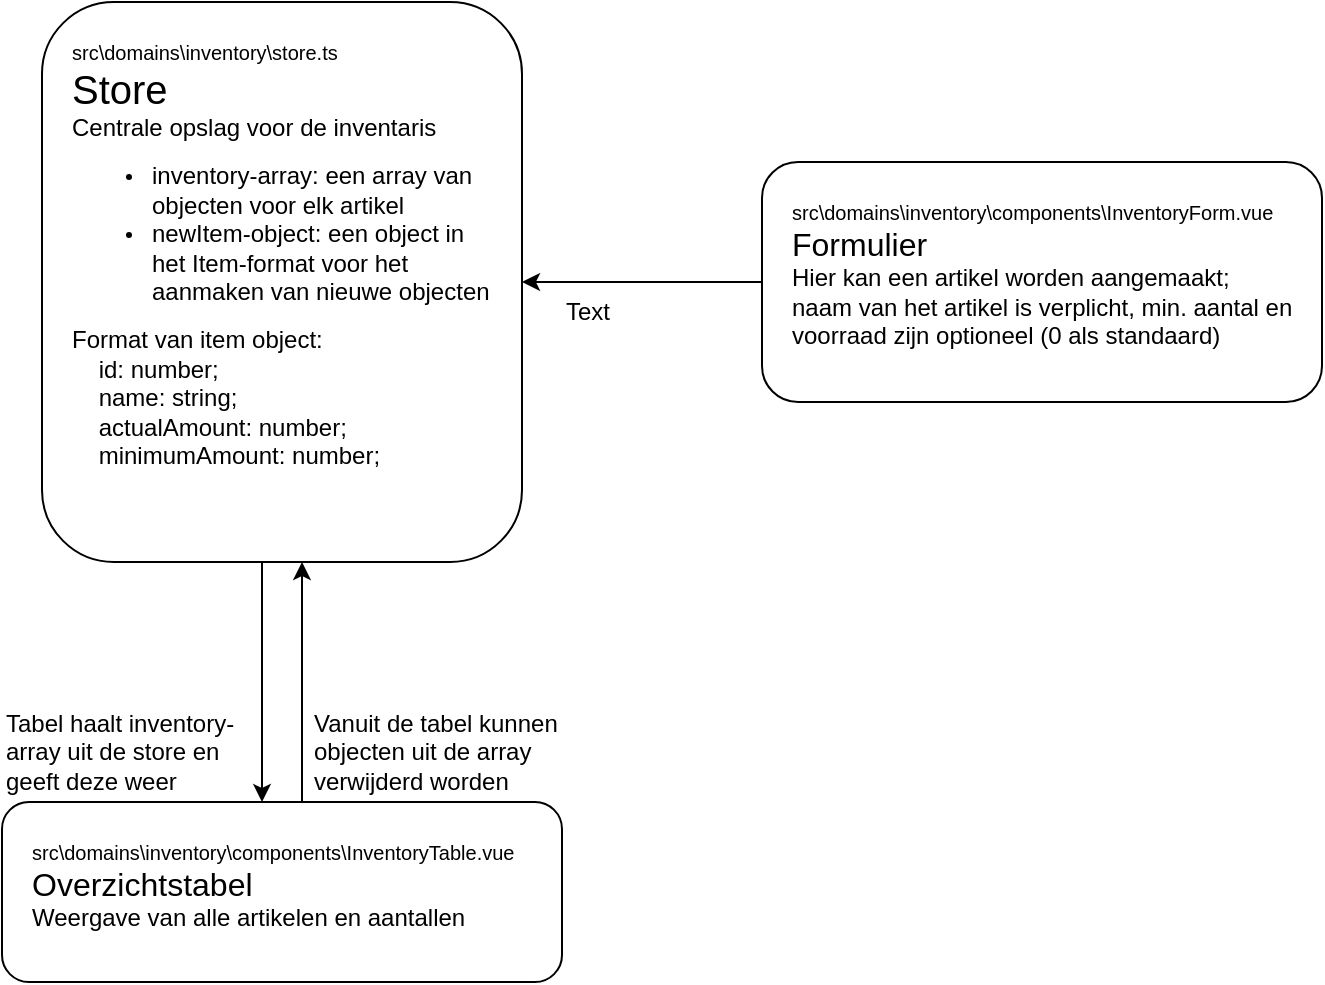
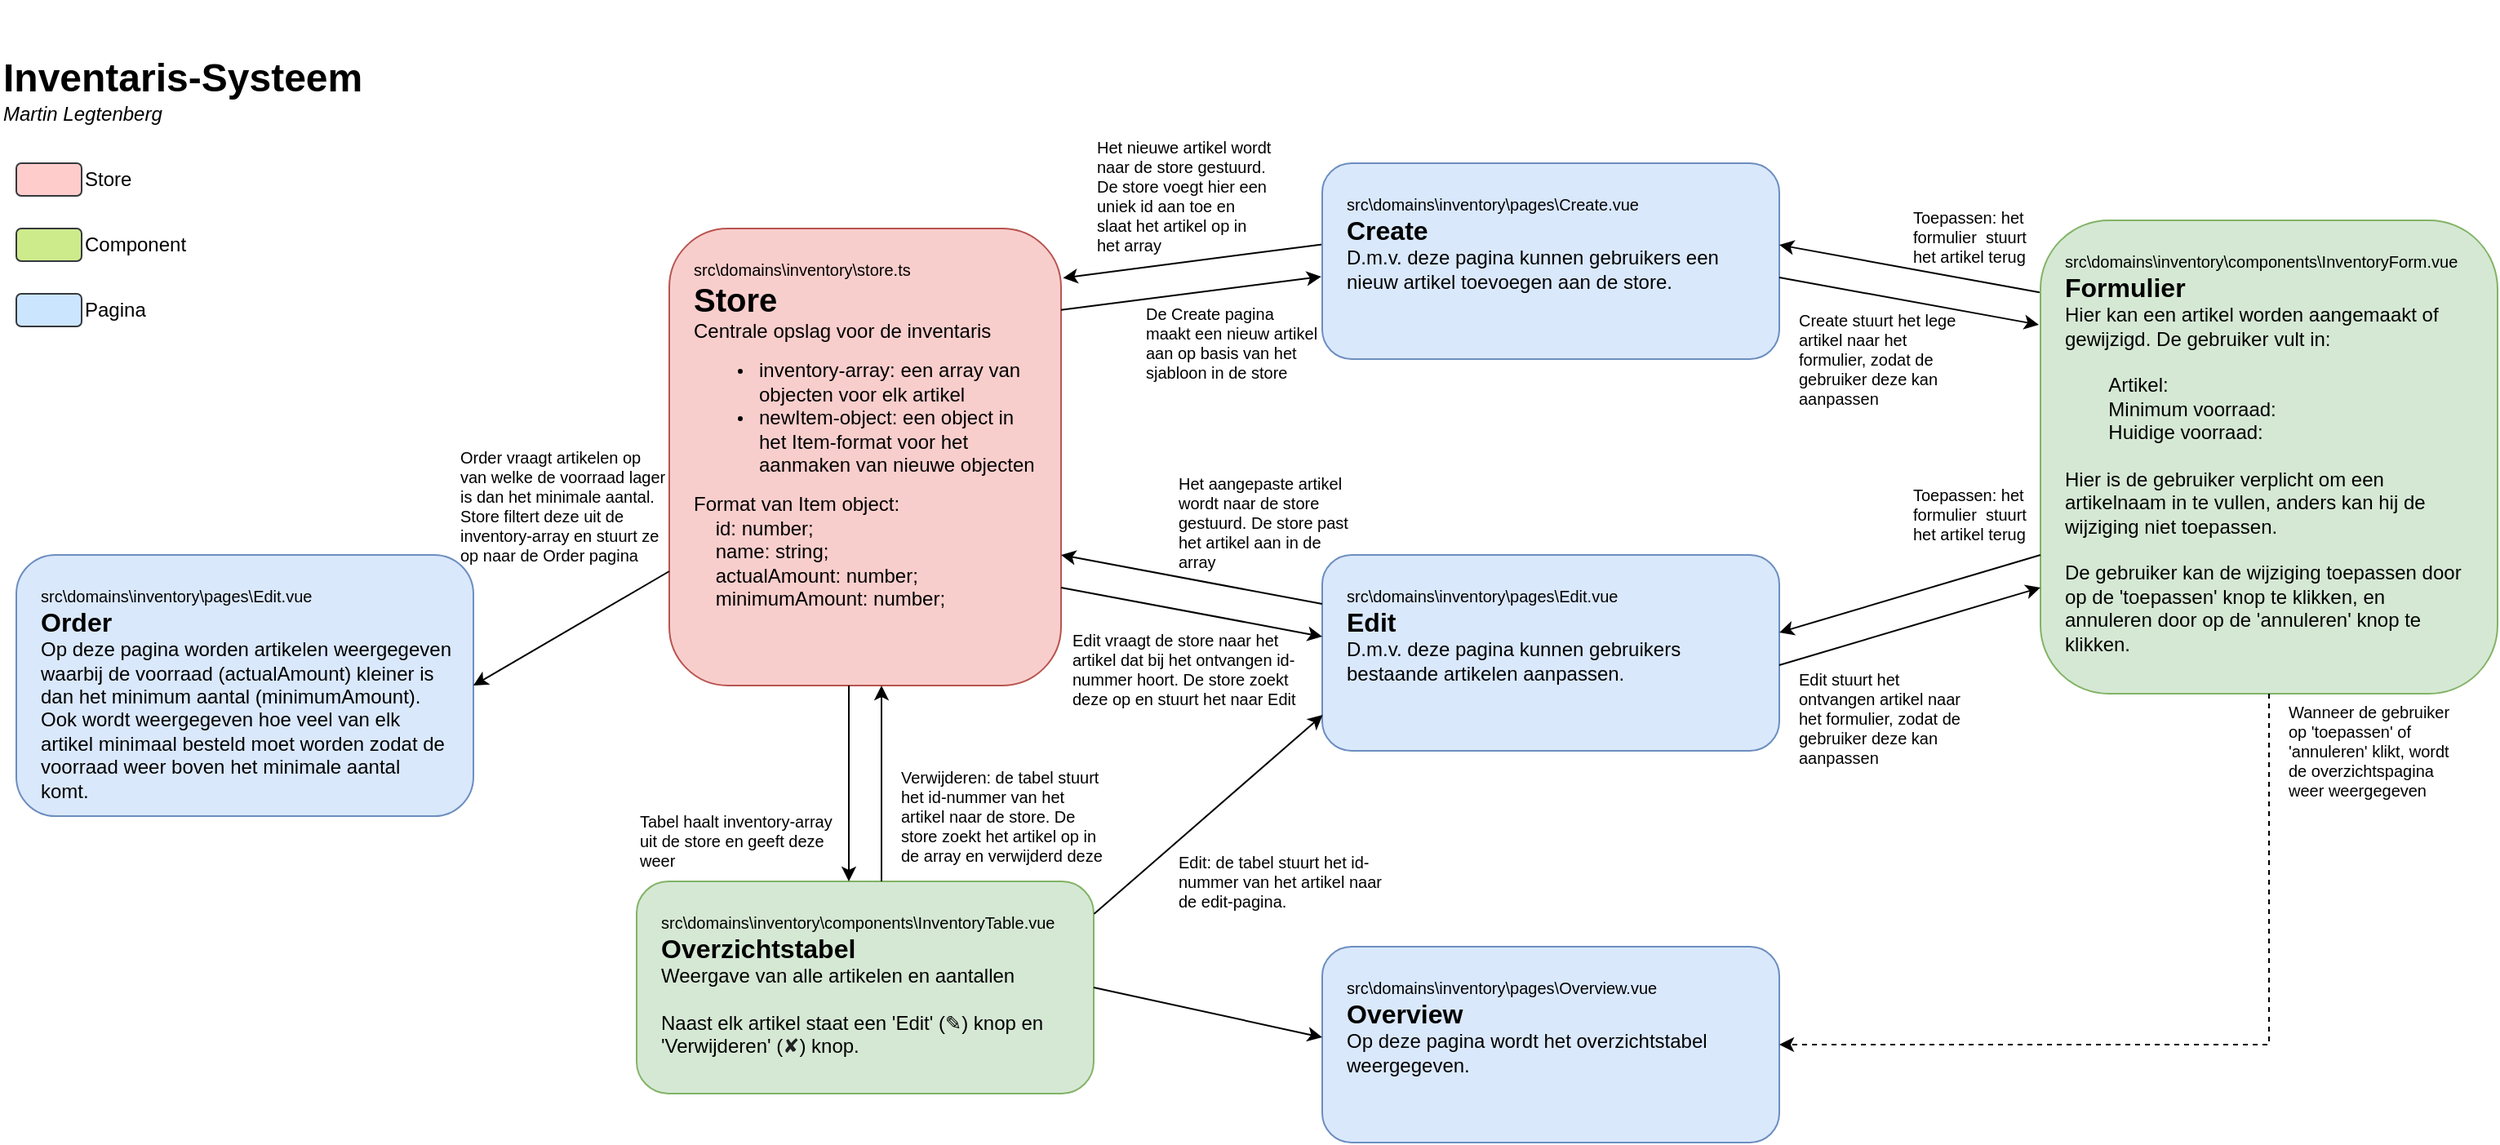
<mxfile host="app.diagrams.net" agent="Mozilla/5.0 (Windows NT 10.0; Win64; x64) AppleWebKit/537.36 (KHTML, like Gecko) Chrome/146.0.0.0 Safari/537.36" version="29.6.4">
  <diagram name="Pagina-1" id="jHJDa2tsZR8j9Yx50L5g">
-     <mxGraphModel dx="516" dy="776" grid="1" gridSize="10" guides="1" tooltips="1" connect="1" arrows="1" fold="1" page="1" pageScale="1" pageWidth="827" pageHeight="1169" math="0" shadow="0">
+     <mxGraphModel dx="1826" dy="777" grid="1" gridSize="10" guides="1" tooltips="1" connect="1" arrows="1" fold="1" page="0" pageScale="1" pageWidth="827" pageHeight="1169" math="0" shadow="0">
      <root>
        <mxCell id="0" />
        <mxCell id="1" parent="0" />
-         <mxCell id="uSY-HkKNFhWKNBA7KD2W-1" parent="1" style="rounded=1;whiteSpace=wrap;html=1;fontSize=10;align=left;verticalAlign=top;spacing=15;" value="&lt;div&gt;&lt;font&gt;src&lt;/font&gt;&lt;font&gt;\domains\inventory\store.ts&lt;/font&gt;&lt;/div&gt;&lt;font style=&quot;font-size: 20px;&quot;&gt;Store&lt;/font&gt;&lt;div&gt;&lt;font style=&quot;font-size: 12px;&quot;&gt;Centrale opslag voor de inventaris&lt;/font&gt;&lt;br&gt;&lt;div&gt;&lt;ul&gt;&lt;li&gt;&lt;font style=&quot;font-size: 12px;&quot;&gt;inventory-array: een array van objecten voor elk artikel&lt;/font&gt;&lt;/li&gt;&lt;li&gt;&lt;font style=&quot;font-size: 12px;&quot;&gt;newItem-object: een object in het Item-format voor het aanmaken van nieuwe objecten&lt;/font&gt;&lt;/li&gt;&lt;/ul&gt;&lt;div&gt;&lt;span style=&quot;font-size: 12px;&quot;&gt;Format van item object:&lt;/span&gt;&lt;/div&gt;&lt;/div&gt;&lt;/div&gt;&lt;div&gt;&lt;div style=&quot;&quot;&gt;&lt;span style=&quot;font-size: 12px;&quot;&gt;&amp;nbsp; &amp;nbsp; id: number;&lt;/span&gt;&lt;/div&gt;&lt;div style=&quot;&quot;&gt;&lt;span style=&quot;font-size: 12px;&quot;&gt;&amp;nbsp; &amp;nbsp; name: string;&lt;/span&gt;&lt;/div&gt;&lt;div style=&quot;&quot;&gt;&lt;span style=&quot;font-size: 12px;&quot;&gt;&amp;nbsp; &amp;nbsp; actualAmount: number;&lt;/span&gt;&lt;/div&gt;&lt;div style=&quot;&quot;&gt;&lt;span style=&quot;font-size: 12px;&quot;&gt;&amp;nbsp; &amp;nbsp; minimumAmount: number;&lt;/span&gt;&lt;/div&gt;&lt;/div&gt;" vertex="1">
+         <mxCell id="uSY-HkKNFhWKNBA7KD2W-1" parent="1" style="rounded=1;whiteSpace=wrap;html=1;fontSize=10;align=left;verticalAlign=top;spacing=15;fillColor=#f8cecc;strokeColor=#b85450;" value="&lt;div&gt;&lt;font&gt;src&lt;/font&gt;&lt;font&gt;\domains\inventory\store.ts&lt;/font&gt;&lt;/div&gt;&lt;font style=&quot;font-size: 20px;&quot;&gt;&lt;b&gt;Store&lt;/b&gt;&lt;/font&gt;&lt;div&gt;&lt;font style=&quot;font-size: 12px;&quot;&gt;Centrale opslag voor de inventaris&lt;/font&gt;&lt;br&gt;&lt;div&gt;&lt;ul&gt;&lt;li&gt;&lt;font style=&quot;font-size: 12px;&quot;&gt;inventory-array: een array van objecten voor elk artikel&lt;/font&gt;&lt;/li&gt;&lt;li&gt;&lt;font style=&quot;font-size: 12px;&quot;&gt;newItem-object: een object in het Item-format voor het aanmaken van nieuwe objecten&lt;/font&gt;&lt;/li&gt;&lt;/ul&gt;&lt;div&gt;&lt;span style=&quot;font-size: 12px;&quot;&gt;Format van Item object:&lt;/span&gt;&lt;/div&gt;&lt;/div&gt;&lt;/div&gt;&lt;div&gt;&lt;div style=&quot;&quot;&gt;&lt;span style=&quot;font-size: 12px;&quot;&gt;&amp;nbsp; &amp;nbsp; id: number;&lt;/span&gt;&lt;/div&gt;&lt;div style=&quot;&quot;&gt;&lt;span style=&quot;font-size: 12px;&quot;&gt;&amp;nbsp; &amp;nbsp; name: string;&lt;/span&gt;&lt;/div&gt;&lt;div style=&quot;&quot;&gt;&lt;span style=&quot;font-size: 12px;&quot;&gt;&amp;nbsp; &amp;nbsp; actualAmount: number;&lt;/span&gt;&lt;/div&gt;&lt;div style=&quot;&quot;&gt;&lt;span style=&quot;font-size: 12px;&quot;&gt;&amp;nbsp; &amp;nbsp; minimumAmount: number;&lt;/span&gt;&lt;/div&gt;&lt;/div&gt;" vertex="1">
          <mxGeometry height="280" width="240" x="280" y="320" as="geometry" />
        </mxCell>
-         <mxCell id="uSY-HkKNFhWKNBA7KD2W-2" parent="1" style="rounded=1;whiteSpace=wrap;html=1;fontSize=10;verticalAlign=top;align=left;spacing=15;" value="src\domains\inventory\components\InventoryTable.vue&lt;div&gt;&lt;font style=&quot;font-size: 16px;&quot;&gt;Overzichtstabel&lt;/font&gt;&lt;/div&gt;&lt;div&gt;&lt;font style=&quot;font-size: 12px;&quot;&gt;Weergave van alle artikelen en aantallen&lt;/font&gt;&lt;/div&gt;" vertex="1">
-           <mxGeometry height="90" width="280" x="260" y="720" as="geometry" />
+         <mxCell id="uSY-HkKNFhWKNBA7KD2W-2" parent="1" style="rounded=1;whiteSpace=wrap;html=1;fontSize=10;verticalAlign=top;align=left;spacing=15;fillColor=#d5e8d4;strokeColor=#82b366;" value="src\domains\inventory\components\InventoryTable.vue&lt;div&gt;&lt;font style=&quot;font-size: 16px;&quot;&gt;&lt;b&gt;Overzichtstabel&lt;/b&gt;&lt;/font&gt;&lt;/div&gt;&lt;div&gt;&lt;font style=&quot;font-size: 12px;&quot;&gt;Weergave van alle artikelen en aantallen&lt;/font&gt;&lt;/div&gt;&lt;div&gt;&lt;font style=&quot;font-size: 12px;&quot;&gt;&lt;br&gt;&lt;/font&gt;&lt;/div&gt;&lt;div&gt;&lt;span style=&quot;font-size: 12px;&quot;&gt;Naast elk artikel staat een &#39;Edit&#39; (&lt;/span&gt;&lt;span style=&quot;background-color: transparent; font-size: 12px;&quot;&gt;✎&lt;/span&gt;&lt;span style=&quot;background-color: transparent; color: light-dark(rgb(0, 0, 0), rgb(255, 255, 255)); font-size: 12px;&quot;&gt;) knop en &#39;Verwijdere&lt;/span&gt;&lt;span&gt;&lt;font style=&quot;font-size: 12px;&quot;&gt;&lt;span style=&quot;color: light-dark(rgb(0, 0, 0), rgb(255, 255, 255));&quot;&gt;n&#39; (&lt;/span&gt;&lt;span style=&quot;color: rgb(32, 33, 34);&quot;&gt;&lt;font face=&quot;Helvetica&quot;&gt;✘&lt;/font&gt;&lt;/span&gt;&lt;span style=&quot;color: light-dark(rgb(0, 0, 0), rgb(255, 255, 255));&quot;&gt;) kn&lt;/span&gt;&lt;/font&gt;&lt;/span&gt;&lt;span style=&quot;background-color: transparent; color: light-dark(rgb(0, 0, 0), rgb(255, 255, 255)); font-size: 12px;&quot;&gt;op.&lt;/span&gt;&lt;/div&gt;" vertex="1">
+           <mxGeometry height="130" width="280" x="260" y="720" as="geometry" />
        </mxCell>
        <mxCell id="eLQj0-DDMxeyVFWfvKQ9-2" edge="1" parent="1" style="endArrow=classic;html=1;rounded=0;exitX=0.5;exitY=1;exitDx=0;exitDy=0;entryX=0.5;entryY=0;entryDx=0;entryDy=0;" value="">
          <mxGeometry height="50" relative="1" width="50" as="geometry">
            <mxPoint x="390" y="600" as="sourcePoint" />
            <mxPoint x="390" y="720" as="targetPoint" />
          </mxGeometry>
        </mxCell>
-         <mxCell id="eLQj0-DDMxeyVFWfvKQ9-4" parent="1" style="text;html=1;whiteSpace=wrap;strokeColor=none;fillColor=none;align=left;verticalAlign=middle;rounded=0;" value="Tabel haalt inventory-array uit de store en geeft deze weer" vertex="1">
+         <mxCell id="eLQj0-DDMxeyVFWfvKQ9-4" parent="1" style="text;html=1;whiteSpace=wrap;strokeColor=none;fillColor=none;align=left;verticalAlign=middle;rounded=0;fontSize=10;" value="Tabel haalt inventory-array uit de store en geeft deze weer" vertex="1">
          <mxGeometry height="30" width="130" x="260" y="680" as="geometry" />
        </mxCell>
        <mxCell id="eLQj0-DDMxeyVFWfvKQ9-5" edge="1" parent="1" style="endArrow=classic;html=1;rounded=0;exitX=0.5;exitY=0;exitDx=0;exitDy=0;" value="">
          <mxGeometry height="50" relative="1" width="50" as="geometry">
            <mxPoint x="410" y="720" as="sourcePoint" />
            <mxPoint x="410" y="600" as="targetPoint" />
          </mxGeometry>
        </mxCell>
-         <mxCell id="eLQj0-DDMxeyVFWfvKQ9-6" parent="1" style="text;html=1;whiteSpace=wrap;strokeColor=none;fillColor=none;align=left;verticalAlign=middle;rounded=0;" value="Vanuit de tabel kunnen objecten uit de array verwijderd worden" vertex="1">
-           <mxGeometry height="30" width="130" x="414" y="680" as="geometry" />
+         <mxCell id="eLQj0-DDMxeyVFWfvKQ9-6" parent="1" style="text;html=1;whiteSpace=wrap;strokeColor=none;fillColor=none;align=left;verticalAlign=middle;rounded=0;fontSize=10;" value="&lt;div&gt;&lt;span style=&quot;background-color: transparent; color: light-dark(rgb(0, 0, 0), rgb(255, 255, 255));&quot;&gt;Verwijderen: de tabel stuurt het id-nummer van het artikel naar de store. De store zoekt het artikel op in de array en verwijderd deze&lt;/span&gt;&lt;/div&gt;" vertex="1">
+           <mxGeometry height="60" width="130" x="420" y="650" as="geometry" />
        </mxCell>
-         <mxCell id="eLQj0-DDMxeyVFWfvKQ9-7" parent="1" style="rounded=1;whiteSpace=wrap;html=1;fontSize=10;verticalAlign=top;align=left;spacing=15;" value="src\domains\inventory\components\InventoryForm.vue&lt;div&gt;&lt;font style=&quot;font-size: 16px;&quot;&gt;Formulier&lt;/font&gt;&lt;/div&gt;&lt;div&gt;&lt;font style=&quot;font-size: 12px;&quot;&gt;Hier kan een artikel worden aangemaakt; naam van het artikel is verplicht, min. aantal en voorraad zijn optioneel (0 als standaard)&lt;/font&gt;&lt;/div&gt;" vertex="1">
-           <mxGeometry height="120" width="280" x="640" y="400" as="geometry" />
+         <mxCell id="eLQj0-DDMxeyVFWfvKQ9-7" parent="1" style="rounded=1;whiteSpace=wrap;html=1;fontSize=10;verticalAlign=top;align=left;spacing=15;fillColor=#d5e8d4;strokeColor=#82b366;" value="src\domains\inventory\components\InventoryForm.vue&lt;div&gt;&lt;font style=&quot;font-size: 16px;&quot;&gt;&lt;b&gt;Formulier&lt;/b&gt;&lt;/font&gt;&lt;/div&gt;&lt;div&gt;&lt;font style=&quot;font-size: 12px;&quot;&gt;Hier kan een artikel worden aangemaakt of gewijzigd. De gebruiker vult in:&lt;/font&gt;&lt;/div&gt;&lt;div&gt;&lt;font style=&quot;font-size: 12px;&quot;&gt;&lt;br&gt;&lt;/font&gt;&lt;/div&gt;&lt;div&gt;&lt;font style=&quot;font-size: 12px;&quot;&gt;&lt;span style=&quot;white-space: pre;&quot;&gt;&#x9;&lt;/span&gt;Artikel:&lt;/font&gt;&lt;/div&gt;&lt;div&gt;&lt;font style=&quot;font-size: 12px;&quot;&gt;&lt;span style=&quot;white-space: pre;&quot;&gt;&#x9;&lt;/span&gt;Minimum voorraad:&lt;/font&gt;&lt;/div&gt;&lt;div&gt;&lt;font style=&quot;font-size: 12px;&quot;&gt;&lt;span style=&quot;white-space: pre;&quot;&gt;&#x9;&lt;/span&gt;Huidige voorraad:&lt;br&gt;&lt;br&gt;&lt;/font&gt;&lt;/div&gt;&lt;div&gt;&lt;font style=&quot;font-size: 12px;&quot;&gt;Hier is de gebruiker verplicht om een artikelnaam in te vullen, anders kan hij de wijziging niet toepassen.&lt;/font&gt;&lt;/div&gt;&lt;div&gt;&lt;font style=&quot;font-size: 12px;&quot;&gt;&lt;br&gt;&lt;/font&gt;&lt;/div&gt;&lt;div&gt;&lt;font style=&quot;font-size: 12px;&quot;&gt;De gebruiker kan de wijziging toepassen door op de &#39;toepassen&#39; knop te klikken, en annuleren door op de &#39;annuleren&#39; knop te klikken.&lt;/font&gt;&lt;/div&gt;" vertex="1">
+           <mxGeometry height="290" width="280" x="1120" y="315" as="geometry" />
        </mxCell>
-         <mxCell id="eLQj0-DDMxeyVFWfvKQ9-9" edge="1" parent="1" source="eLQj0-DDMxeyVFWfvKQ9-7" style="endArrow=classic;html=1;rounded=0;exitX=0;exitY=0.5;exitDx=0;exitDy=0;entryX=1;entryY=0.5;entryDx=0;entryDy=0;" target="uSY-HkKNFhWKNBA7KD2W-1" value="">
+         <mxCell id="eLQj0-DDMxeyVFWfvKQ9-9" edge="1" parent="1" style="endArrow=classic;html=1;rounded=0;exitX=0;exitY=0.5;exitDx=0;exitDy=0;entryX=1.005;entryY=0.145;entryDx=0;entryDy=0;entryPerimeter=0;" value="">
          <mxGeometry height="50" relative="1" width="50" as="geometry">
-             <mxPoint x="530" y="560" as="sourcePoint" />
-             <mxPoint x="580" y="510" as="targetPoint" />
+             <mxPoint x="680" y="329.7" as="sourcePoint" />
+             <mxPoint x="521.1999999999999" y="350.2999999999999" as="targetPoint" />
          </mxGeometry>
        </mxCell>
-         <mxCell id="eLQj0-DDMxeyVFWfvKQ9-10" parent="1" style="text;html=1;whiteSpace=wrap;strokeColor=none;fillColor=none;align=left;verticalAlign=middle;rounded=0;" value="Text" vertex="1">
-           <mxGeometry height="30" width="60" x="540" y="460" as="geometry" />
+         <mxCell id="eLQj0-DDMxeyVFWfvKQ9-10" parent="1" style="text;html=1;whiteSpace=wrap;strokeColor=none;fillColor=none;align=left;verticalAlign=middle;rounded=0;fontSize=10;" value="Het nieuwe artikel wordt naar de store gestuurd. De store voegt hier een uniek id aan toe en slaat het artikel op in het array" vertex="1">
+           <mxGeometry height="80" width="110" x="540" y="260" as="geometry" />
+         </mxCell>
+         <mxCell id="b_EgQzB6RyA1KslEvkh7-1" edge="1" parent="1" source="uSY-HkKNFhWKNBA7KD2W-1" style="endArrow=classic;html=1;rounded=0;exitX=1;exitY=0.178;exitDx=0;exitDy=0;entryX=-0.002;entryY=0.579;entryDx=0;entryDy=0;curved=0;entryPerimeter=0;exitPerimeter=0;" target="b_EgQzB6RyA1KslEvkh7-3" value="">
+           <mxGeometry height="50" relative="1" width="50" as="geometry">
+             <mxPoint x="520" y="450" as="sourcePoint" />
+             <mxPoint x="640" y="450" as="targetPoint" />
+           </mxGeometry>
+         </mxCell>
+         <mxCell id="b_EgQzB6RyA1KslEvkh7-3" parent="1" style="rounded=1;whiteSpace=wrap;html=1;fontSize=10;verticalAlign=top;align=left;spacing=15;labelBackgroundColor=none;fillColor=#dae8fc;strokeColor=#6c8ebf;" value="src\domains\inventory\pages\Create.vue&lt;div&gt;&lt;font style=&quot;font-size: 16px;&quot;&gt;&lt;b&gt;Create&lt;/b&gt;&lt;/font&gt;&lt;/div&gt;&lt;div&gt;&lt;font style=&quot;font-size: 12px;&quot;&gt;D.m.v. deze pagina kunnen gebruikers een nieuw artikel toevoegen aan de store.&lt;/font&gt;&lt;/div&gt;" vertex="1">
+           <mxGeometry height="120" width="280" x="680" y="280" as="geometry" />
+         </mxCell>
+         <mxCell id="b_EgQzB6RyA1KslEvkh7-4" parent="1" style="rounded=1;whiteSpace=wrap;html=1;fontSize=10;verticalAlign=top;align=left;spacing=15;labelBackgroundColor=none;fillColor=#dae8fc;strokeColor=#6c8ebf;" value="src\domains\inventory\pages\Edit.vue&lt;div&gt;&lt;font style=&quot;font-size: 16px;&quot;&gt;&lt;b&gt;Edit&lt;/b&gt;&lt;/font&gt;&lt;/div&gt;&lt;div&gt;&lt;font style=&quot;font-size: 12px;&quot;&gt;D.m.v. deze pagina kunnen gebruikers bestaande artikelen aanpassen.&lt;/font&gt;&lt;/div&gt;" vertex="1">
+           <mxGeometry height="120" width="280" x="680" y="520" as="geometry" />
+         </mxCell>
+         <mxCell id="b_EgQzB6RyA1KslEvkh7-5" parent="1" style="text;html=1;whiteSpace=wrap;strokeColor=none;fillColor=none;align=left;verticalAlign=middle;rounded=0;fontSize=10;" value="De Create pagina maakt een nieuw artikel aan op basis van het sjabloon in de store" vertex="1">
+           <mxGeometry height="80" width="110" x="570" y="350" as="geometry" />
+         </mxCell>
+         <mxCell id="b_EgQzB6RyA1KslEvkh7-7" edge="1" parent="1" source="eLQj0-DDMxeyVFWfvKQ9-7" style="endArrow=classic;html=1;rounded=0;entryX=-0.002;entryY=0.4;entryDx=0;entryDy=0;entryPerimeter=0;exitX=-0.002;exitY=0.152;exitDx=0;exitDy=0;exitPerimeter=0;" value="">
+           <mxGeometry height="50" relative="1" width="50" as="geometry">
+             <mxPoint x="1119.1599999999999" y="349.99999999999994" as="sourcePoint" />
+             <mxPoint x="959.9999999999999" y="330.05" as="targetPoint" />
+           </mxGeometry>
+         </mxCell>
+         <mxCell id="b_EgQzB6RyA1KslEvkh7-8" parent="1" style="text;html=1;whiteSpace=wrap;strokeColor=none;fillColor=none;align=left;verticalAlign=middle;rounded=0;fontSize=10;" value="Create stuurt het lege artikel naar het formulier, zodat de gebruiker deze kan aanpassen" vertex="1">
+           <mxGeometry height="80" width="110" x="970" y="360" as="geometry" />
+         </mxCell>
+         <mxCell id="b_EgQzB6RyA1KslEvkh7-9" parent="1" style="text;html=1;whiteSpace=wrap;strokeColor=none;fillColor=none;align=left;verticalAlign=middle;rounded=0;fontSize=10;" value="Toepassen: het formulier&amp;nbsp; stuurt het artikel terug" vertex="1">
+           <mxGeometry height="50" width="80" x="1040" y="300" as="geometry" />
+         </mxCell>
+         <mxCell id="b_EgQzB6RyA1KslEvkh7-10" edge="1" parent="1" style="endArrow=classic;html=1;rounded=0;entryX=0;entryY=0.5;entryDx=0;entryDy=0;exitX=1;exitY=0.5;exitDx=0;exitDy=0;" value="">
+           <mxGeometry height="50" relative="1" width="50" as="geometry">
+             <mxPoint x="520" y="540" as="sourcePoint" />
+             <mxPoint x="680" y="570" as="targetPoint" />
+           </mxGeometry>
+         </mxCell>
+         <mxCell id="b_EgQzB6RyA1KslEvkh7-11" edge="1" parent="1" style="endArrow=classic;html=1;rounded=0;entryX=0;entryY=0.5;entryDx=0;entryDy=0;exitX=1;exitY=0.5;exitDx=0;exitDy=0;" value="">
+           <mxGeometry height="50" relative="1" width="50" as="geometry">
+             <mxPoint x="680" y="550" as="sourcePoint" />
+             <mxPoint x="520" y="520" as="targetPoint" />
+           </mxGeometry>
+         </mxCell>
+         <mxCell id="b_EgQzB6RyA1KslEvkh7-12" edge="1" parent="1" style="endArrow=classic;html=1;rounded=0;entryX=-0.002;entryY=0.4;entryDx=0;entryDy=0;entryPerimeter=0;exitX=-0.002;exitY=0.152;exitDx=0;exitDy=0;exitPerimeter=0;" value="">
+           <mxGeometry height="50" relative="1" width="50" as="geometry">
+             <mxPoint x="960" y="350" as="sourcePoint" />
+             <mxPoint x="1119" y="378.95" as="targetPoint" />
+           </mxGeometry>
+         </mxCell>
+         <mxCell id="b_EgQzB6RyA1KslEvkh7-13" edge="1" parent="1" source="uSY-HkKNFhWKNBA7KD2W-2" style="endArrow=classic;html=1;rounded=0;exitX=1.001;exitY=0.153;exitDx=0;exitDy=0;exitPerimeter=0;entryX=0.001;entryY=0.817;entryDx=0;entryDy=0;entryPerimeter=0;" target="b_EgQzB6RyA1KslEvkh7-4" value="">
+           <mxGeometry height="50" relative="1" width="50" as="geometry">
+             <mxPoint x="570" y="720" as="sourcePoint" />
+             <mxPoint x="620" y="670" as="targetPoint" />
+           </mxGeometry>
+         </mxCell>
+         <mxCell id="b_EgQzB6RyA1KslEvkh7-14" parent="1" style="text;html=1;whiteSpace=wrap;strokeColor=none;fillColor=none;align=left;verticalAlign=middle;rounded=0;fontSize=10;" value="&lt;div&gt;&lt;span style=&quot;background-color: transparent; color: light-dark(rgb(0, 0, 0), rgb(255, 255, 255));&quot;&gt;Edit: de tabel stuurt het id-nummer van het artikel naar de edit-pagina.&lt;/span&gt;&lt;/div&gt;" vertex="1">
+           <mxGeometry height="60" width="130" x="590" y="690" as="geometry" />
+         </mxCell>
+         <mxCell id="b_EgQzB6RyA1KslEvkh7-15" parent="1" style="text;html=1;whiteSpace=wrap;strokeColor=none;fillColor=none;align=left;verticalAlign=middle;rounded=0;fontSize=10;" value="&lt;div&gt;&lt;span style=&quot;background-color: transparent; color: light-dark(rgb(0, 0, 0), rgb(255, 255, 255));&quot;&gt;Edit vraagt de store naar het artikel dat bij het ontvangen id-nummer hoort. De store zoekt deze op en stuurt het naar Edit&lt;/span&gt;&lt;/div&gt;" vertex="1">
+           <mxGeometry height="60" width="140" x="525" y="560" as="geometry" />
+         </mxCell>
+         <mxCell id="b_EgQzB6RyA1KslEvkh7-18" edge="1" parent="1" style="endArrow=classic;html=1;rounded=0;entryX=0;entryY=0.75;entryDx=0;entryDy=0;" value="">
+           <mxGeometry height="50" relative="1" width="50" as="geometry">
+             <mxPoint x="1120" y="520" as="sourcePoint" />
+             <mxPoint x="960" y="567.5" as="targetPoint" />
+           </mxGeometry>
+         </mxCell>
+         <mxCell id="b_EgQzB6RyA1KslEvkh7-19" edge="1" parent="1" style="endArrow=classic;html=1;rounded=0;entryX=0;entryY=0.75;entryDx=0;entryDy=0;" value="">
+           <mxGeometry height="50" relative="1" width="50" as="geometry">
+             <mxPoint x="960" y="587.5" as="sourcePoint" />
+             <mxPoint x="1120" y="540" as="targetPoint" />
+           </mxGeometry>
+         </mxCell>
+         <mxCell id="b_EgQzB6RyA1KslEvkh7-20" parent="1" style="text;html=1;whiteSpace=wrap;strokeColor=none;fillColor=none;align=left;verticalAlign=middle;rounded=0;fontSize=10;" value="Edit stuurt het ontvangen artikel naar het formulier, zodat de gebruiker deze kan aanpassen" vertex="1">
+           <mxGeometry height="80" width="110" x="970" y="580" as="geometry" />
+         </mxCell>
+         <mxCell id="b_EgQzB6RyA1KslEvkh7-21" parent="1" style="text;html=1;whiteSpace=wrap;strokeColor=none;fillColor=none;align=left;verticalAlign=middle;rounded=0;fontSize=10;" value="Toepassen: het formulier&amp;nbsp; stuurt het artikel terug" vertex="1">
+           <mxGeometry height="50" width="80" x="1040" y="470" as="geometry" />
+         </mxCell>
+         <mxCell id="b_EgQzB6RyA1KslEvkh7-22" parent="1" style="text;html=1;whiteSpace=wrap;strokeColor=none;fillColor=none;align=left;verticalAlign=middle;rounded=0;fontSize=10;" value="Het aangepaste artikel wordt naar de store gestuurd. De store past het artikel aan in de array" vertex="1">
+           <mxGeometry height="60" width="110" x="590" y="470" as="geometry" />
+         </mxCell>
+         <mxCell id="b_EgQzB6RyA1KslEvkh7-23" parent="1" style="rounded=1;whiteSpace=wrap;html=1;fontSize=10;verticalAlign=top;align=left;spacing=15;labelBackgroundColor=none;fillColor=#dae8fc;strokeColor=#6c8ebf;" value="&lt;div&gt;&lt;font style=&quot;&quot;&gt;src\domains\inventory\pages\Overview.vue&lt;/font&gt;&lt;/div&gt;&lt;div&gt;&lt;font style=&quot;&quot;&gt;&lt;span style=&quot;font-size: 16px;&quot;&gt;&lt;b&gt;Overview&lt;/b&gt;&lt;/span&gt;&lt;/font&gt;&lt;/div&gt;&lt;div&gt;&lt;font style=&quot;font-size: 12px;&quot;&gt;Op deze pagina wordt het overzichtstabel weergegeven.&lt;/font&gt;&lt;/div&gt;" vertex="1">
+           <mxGeometry height="120" width="280" x="680" y="760" as="geometry" />
+         </mxCell>
+         <mxCell id="b_EgQzB6RyA1KslEvkh7-27" parent="1" style="text;html=1;whiteSpace=wrap;strokeColor=none;fillColor=none;align=left;verticalAlign=middle;rounded=0;fontStyle=1" value="&lt;font style=&quot;font-size: 24px;&quot;&gt;Inventaris-Systeem&lt;/font&gt;&lt;div&gt;&lt;i style=&quot;font-weight: normal;&quot;&gt;Martin Legtenberg&lt;/i&gt;&lt;/div&gt;" vertex="1">
+           <mxGeometry height="110" width="340" x="-130" y="180" as="geometry" />
+         </mxCell>
+         <mxCell id="b_EgQzB6RyA1KslEvkh7-28" edge="1" parent="1" source="uSY-HkKNFhWKNBA7KD2W-2" style="endArrow=classic;html=1;rounded=0;exitX=1;exitY=0.5;exitDx=0;exitDy=0;entryX=0;entryY=0.463;entryDx=0;entryDy=0;entryPerimeter=0;" target="b_EgQzB6RyA1KslEvkh7-23" value="">
+           <mxGeometry height="50" relative="1" width="50" as="geometry">
+             <mxPoint x="540" y="780" as="sourcePoint" />
+             <mxPoint x="680" y="814.9999999999999" as="targetPoint" />
+           </mxGeometry>
+         </mxCell>
+         <mxCell id="b_EgQzB6RyA1KslEvkh7-31" edge="1" parent="1" source="eLQj0-DDMxeyVFWfvKQ9-7" style="endArrow=classic;html=1;rounded=0;exitX=0.5;exitY=1;exitDx=0;exitDy=0;curved=0;entryX=1;entryY=0.5;entryDx=0;entryDy=0;dashed=1;" target="b_EgQzB6RyA1KslEvkh7-23" value="">
+           <mxGeometry height="50" relative="1" width="50" as="geometry">
+             <Array as="points">
+               <mxPoint x="1260" y="820" />
+             </Array>
+             <mxPoint x="1270" y="620" as="sourcePoint" />
+             <mxPoint x="1280" y="710" as="targetPoint" />
+           </mxGeometry>
+         </mxCell>
+         <mxCell id="b_EgQzB6RyA1KslEvkh7-32" parent="1" style="text;html=1;whiteSpace=wrap;strokeColor=none;fillColor=none;align=left;verticalAlign=middle;rounded=0;fontSize=10;" value="Wanneer de gebruiker op &#39;toepassen&#39; of &#39;annuleren&#39; klikt, wordt de overzichtspagina weer weergegeven" vertex="1">
+           <mxGeometry height="80" width="110" x="1270" y="600" as="geometry" />
+         </mxCell>
+         <mxCell id="b_EgQzB6RyA1KslEvkh7-33" parent="1" style="rounded=1;whiteSpace=wrap;html=1;fontSize=10;verticalAlign=top;align=left;spacing=15;labelBackgroundColor=none;fillColor=#dae8fc;strokeColor=#6c8ebf;" value="src\domains\inventory\pages\Edit.vue&lt;div&gt;&lt;font style=&quot;font-size: 16px;&quot;&gt;&lt;b&gt;Order&lt;/b&gt;&lt;/font&gt;&lt;/div&gt;&lt;div&gt;&lt;font style=&quot;font-size: 12px;&quot;&gt;Op deze pagina worden artikelen weergegeven waarbij de voorraad (actualAmount) kleiner is dan het minimum aantal (minimumAmount). Ook wordt weergegeven hoe veel van elk artikel minimaal besteld moet worden zodat de voorraad weer boven het minimale aantal komt.&lt;/font&gt;&lt;/div&gt;" vertex="1">
+           <mxGeometry height="160" width="280" x="-120" y="520" as="geometry" />
+         </mxCell>
+         <mxCell id="b_EgQzB6RyA1KslEvkh7-34" edge="1" parent="1" source="uSY-HkKNFhWKNBA7KD2W-1" style="endArrow=classic;html=1;rounded=0;exitX=0;exitY=0.75;exitDx=0;exitDy=0;entryX=1;entryY=0.5;entryDx=0;entryDy=0;" target="b_EgQzB6RyA1KslEvkh7-33" value="">
+           <mxGeometry height="50" relative="1" width="50" as="geometry">
+             <mxPoint x="100" y="590" as="sourcePoint" />
+             <mxPoint x="150" y="540" as="targetPoint" />
+           </mxGeometry>
+         </mxCell>
+         <mxCell id="b_EgQzB6RyA1KslEvkh7-35" parent="1" style="text;html=1;whiteSpace=wrap;strokeColor=none;fillColor=none;align=left;verticalAlign=middle;rounded=0;fontSize=10;" value="Order vraagt artikelen op van welke de voorraad lager is dan het minimale aantal. Store filtert deze uit de inventory-array en stuurt ze op naar de Order pagina" vertex="1">
+           <mxGeometry height="60" width="130" x="150" y="460" as="geometry" />
+         </mxCell>
+         <mxCell id="b_EgQzB6RyA1KslEvkh7-36" parent="1" style="rounded=1;whiteSpace=wrap;html=1;fillColor=#ffcccc;strokeColor=#36393d;" value="" vertex="1">
+           <mxGeometry height="20" width="40" x="-120" y="280" as="geometry" />
+         </mxCell>
+         <mxCell id="b_EgQzB6RyA1KslEvkh7-37" parent="1" style="rounded=1;whiteSpace=wrap;html=1;fillColor=#cdeb8b;strokeColor=#36393d;" value="" vertex="1">
+           <mxGeometry height="20" width="40" x="-120" y="320" as="geometry" />
+         </mxCell>
+         <mxCell id="b_EgQzB6RyA1KslEvkh7-38" parent="1" style="rounded=1;whiteSpace=wrap;html=1;fillColor=#cce5ff;strokeColor=#36393d;" value="" vertex="1">
+           <mxGeometry height="20" width="40" x="-120" y="360" as="geometry" />
+         </mxCell>
+         <mxCell id="b_EgQzB6RyA1KslEvkh7-44" parent="1" style="text;html=1;whiteSpace=wrap;strokeColor=none;fillColor=none;align=left;verticalAlign=middle;rounded=0;fontSize=12;" value="Store" vertex="1">
+           <mxGeometry height="30" width="80" x="-80" y="275" as="geometry" />
+         </mxCell>
+         <mxCell id="b_EgQzB6RyA1KslEvkh7-45" parent="1" style="text;html=1;whiteSpace=wrap;strokeColor=none;fillColor=none;align=left;verticalAlign=middle;rounded=0;fontSize=12;" value="Component" vertex="1">
+           <mxGeometry height="30" width="80" x="-80" y="315" as="geometry" />
+         </mxCell>
+         <mxCell id="b_EgQzB6RyA1KslEvkh7-46" parent="1" style="text;html=1;whiteSpace=wrap;strokeColor=none;fillColor=none;align=left;verticalAlign=middle;rounded=0;fontSize=12;" value="Pagina" vertex="1">
+           <mxGeometry height="30" width="80" x="-80" y="355" as="geometry" />
        </mxCell>
      </root>
    </mxGraphModel>
  </diagram>
</mxfile>
